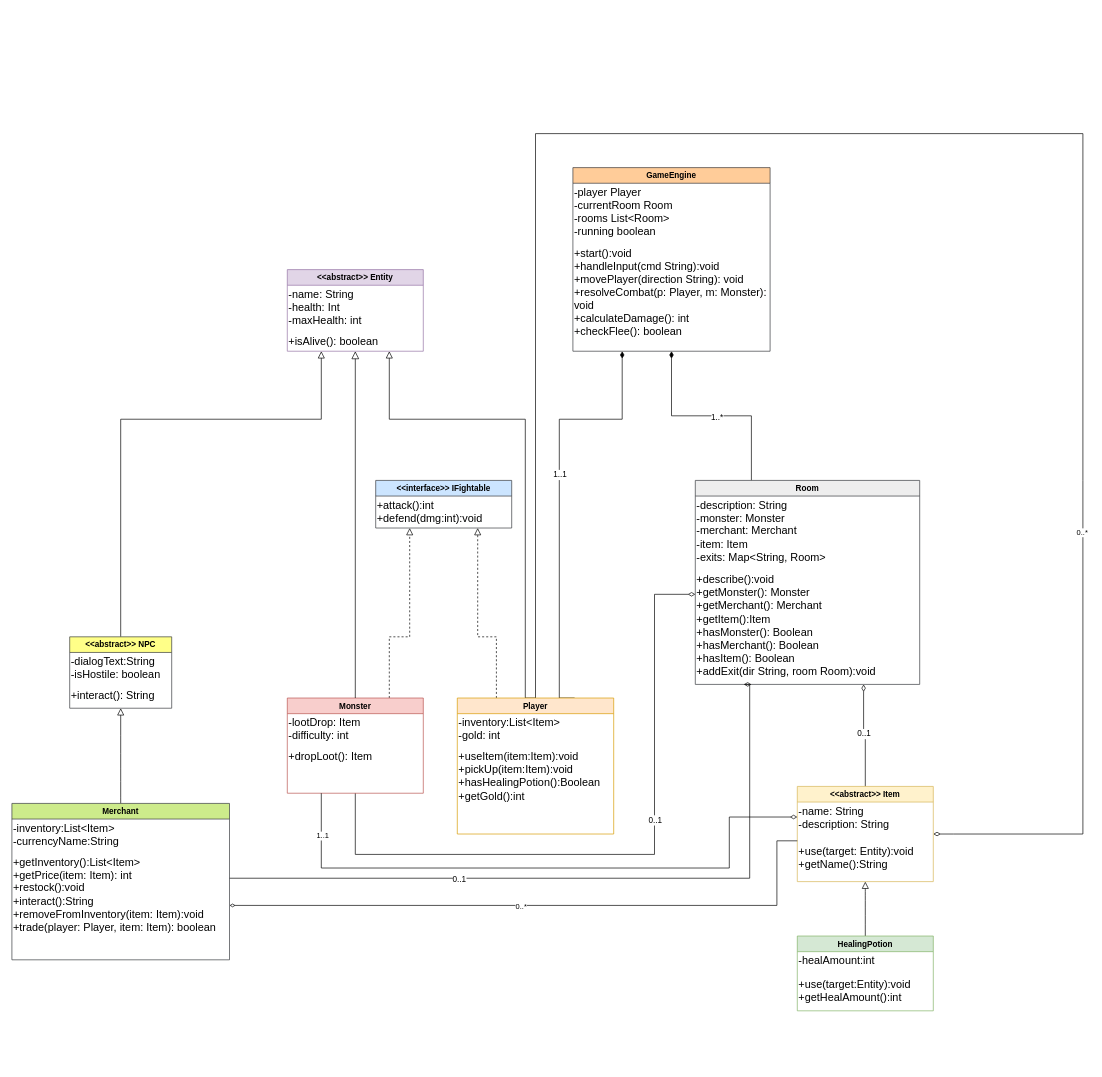
This is Diagrams/DungeonAdventure_Klassendiagramm.drawio from V1perZerofy/uml_project, a draw.io file, before an edit. Source tidied: cells renumbered, new cells numbered last; positions are measured from the earlier drawing's top-left corner, leaving out a move shared by most shapes. Both pictures are drawn from the tidied source at 68%, with x=0, y=0 at pixel (12, 133).
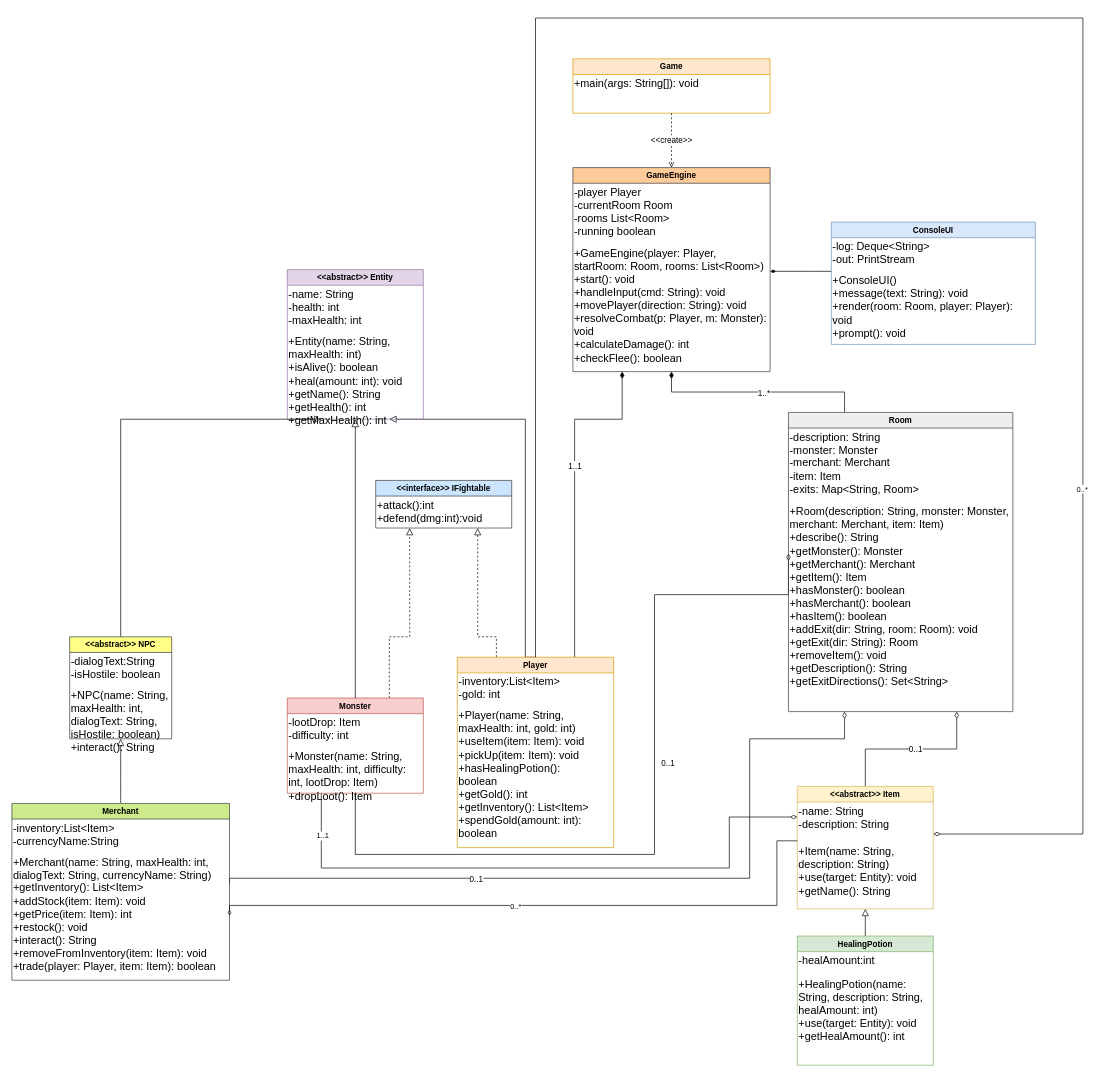
After the change.

Commit message (it also covers changes not shown here):
Update UML diagram and enhance game mechanics with new monsters and merchants

Unchanged cells that the change refers to:
```xml
<mxCell id="11" value="-name: String&lt;div&gt;-description: String&lt;/div&gt;" style="text;html=1;whiteSpace=wrap;strokeColor=none;fillColor=none;align=left;verticalAlign=top;rounded=0;fontSize=16;" parent="9" vertex="1">
  <mxGeometry y="20" width="200" height="50" as="geometry" />
</mxCell>
<mxCell id="23" value="Monster" style="swimlane;whiteSpace=wrap;html=1;fillColor=#f8cecc;strokeColor=#b85450;" parent="1" vertex="1">
  <mxGeometry x="405" y="830" width="200" height="140" as="geometry" />
</mxCell>
```

The edit, as a diff of the source:
```diff
@@
     <mxCell id="2" style="edgeStyle=orthogonalEdgeStyle;curved=0;rounded=0;jettySize=auto;html=1;exitX=0.75;exitY=1;exitDx=0;exitDy=0;entryX=0.5;entryY=0;entryDx=0;entryDy=0;fontSize=12;startSize=8;endSize=8;endArrow=none;endFill=0;startArrow=block;startFill=0;" parent="1" edge="1" source="5" target="17">
       <mxGeometry relative="1" as="geometry">
         <Array as="points">
-          <mxPoint x="555" y="420" />
           <mxPoint x="755" y="420" />
-          <mxPoint x="755" y="830" />
+          <mxPoint x="755" y="770" />
         </Array>
       </mxGeometry>
     </mxCell>
     <mxCell id="3" value="&amp;lt;&amp;lt;abstract&amp;gt;&amp;gt; Entity" style="swimlane;whiteSpace=wrap;html=1;fillColor=#e1d5e7;strokeColor=#9673a6;" parent="1" vertex="1">
-      <mxGeometry x="405" y="200" width="200" height="120" as="geometry" />
+      <mxGeometry x="405" y="200" width="200" height="220" as="geometry" />
     </mxCell>
-    <mxCell id="4" value="-name: String&lt;div&gt;-health: Int&lt;/div&gt;&lt;div&gt;-maxHealth: int&lt;/div&gt;" style="text;html=1;whiteSpace=wrap;strokeColor=none;fillColor=none;align=left;verticalAlign=top;rounded=0;fontSize=16;" parent="3" vertex="1">
+    <mxCell id="4" value="-name: String&lt;div&gt;-health: int&lt;/div&gt;&lt;div&gt;-maxHealth: int&lt;/div&gt;" style="text;html=1;whiteSpace=wrap;strokeColor=none;fillColor=none;align=left;verticalAlign=top;rounded=0;fontSize=16;" parent="3" vertex="1">
       <mxGeometry y="20" width="200" height="70" as="geometry" />
     </mxCell>
-    <mxCell id="5" value="+isAlive(): boolean" style="text;html=1;whiteSpace=wrap;strokeColor=none;fillColor=none;align=left;verticalAlign=top;rounded=0;fontSize=16;" parent="3" vertex="1">
-      <mxGeometry y="90" width="200" height="30" as="geometry" />
+    <mxCell id="5" value="+Entity(name: String, maxHealth: int)&lt;div&gt;+isAlive(): boolean&lt;/div&gt;&lt;div&gt;+heal(amount: int): void&lt;/div&gt;&lt;div&gt;+getName(): String&lt;/div&gt;&lt;div&gt;+getHealth(): int&lt;/div&gt;&lt;div&gt;+getMaxHealth(): int&lt;/div&gt;" style="text;html=1;whiteSpace=wrap;strokeColor=none;fillColor=none;align=left;verticalAlign=top;rounded=0;fontSize=16;" parent="3" vertex="1">
+      <mxGeometry y="90" width="200" height="130" as="geometry" />
     </mxCell>
@@
     <mxCell id="9" value="&amp;lt;&amp;lt;abstract&amp;gt;&amp;gt; Item" style="swimlane;whiteSpace=wrap;html=1;fillColor=#fff2cc;strokeColor=#d6b656;" parent="1" vertex="1">
-      <mxGeometry x="1155" y="960" width="200" height="140" as="geometry" />
+      <mxGeometry x="1155" y="960" width="200" height="180" as="geometry" />
     </mxCell>
-    <mxCell id="10" value="+use(target: Entity):void&lt;div&gt;+getName():String&lt;/div&gt;" style="text;html=1;whiteSpace=wrap;strokeColor=none;fillColor=none;align=left;verticalAlign=top;rounded=0;fontSize=16;" parent="9" vertex="1">
-      <mxGeometry y="80" width="200" height="50" as="geometry" />
+    <mxCell id="10" value="+Item(name: String, description: String)&lt;div&gt;+use(target: Entity): void&lt;/div&gt;&lt;div&gt;+getName(): String&lt;/div&gt;" style="text;html=1;whiteSpace=wrap;strokeColor=none;fillColor=none;align=left;verticalAlign=top;rounded=0;fontSize=16;" parent="9" vertex="1">
+      <mxGeometry y="80" width="200" height="70" as="geometry" />
     </mxCell>
@@
     <mxCell id="12" style="edgeStyle=orthogonalEdgeStyle;curved=0;rounded=0;jettySize=auto;html=1;exitX=0.75;exitY=0;exitDx=0;exitDy=0;entryX=0.25;entryY=1;entryDx=0;entryDy=0;fontSize=12;startSize=8;endSize=8;endArrow=diamondThin;endFill=1;" parent="1" edge="1" source="17" target="36">
       <mxGeometry relative="1" as="geometry">
         <Array as="points">
-          <mxPoint x="805" y="830" />
-          <mxPoint x="805" y="420" />
-          <mxPoint x="897" y="420" />
+          <mxPoint x="828" y="420" />
+          <mxPoint x="898" y="420" />
         </Array>
       </mxGeometry>
     </mxCell>
@@
-    <mxCell id="15" style="edgeStyle=none;html=1;exitX=0.5;exitY=0;exitDx=0;exitDy=0;entryX=1;entryY=1;entryDx=0;entryDy=0;rounded=0;curved=0;endArrow=diamondThin;endFill=0;endSize=8;" parent="1" edge="1" source="17" target="11">
-      <mxGeometry relative="1" as="geometry">
-        <Array as="points">
-          <mxPoint x="770" />
-          <mxPoint x="1575" />
-          <mxPoint x="1575" y="510" />
-          <mxPoint x="1575" y="1030" />
-          <mxPoint x="1385" y="1030" />
-        </Array>
-      </mxGeometry>
-    </mxCell>
-    <mxCell id="16" value="0..*" style="edgeLabel;html=1;align=center;verticalAlign=middle;" parent="15" vertex="1">
-      <mxGeometry x="0.54" y="-2" relative="1" as="geometry" />
-    </mxCell>
     <mxCell id="17" value="Player" style="swimlane;whiteSpace=wrap;html=1;fillColor=#ffe6cc;strokeColor=#d79b00;" parent="1" vertex="1">
-      <mxGeometry x="655" y="830" width="230" height="200" as="geometry" />
+      <mxGeometry x="655" y="770" width="230" height="280" as="geometry" />
     </mxCell>
@@
-    <mxCell id="19" value="&lt;div&gt;+useItem(item:Item):void&lt;/div&gt;&lt;div&gt;+pickUp(item:Item):void&lt;/div&gt;&lt;div&gt;+hasHealingPotion():Boolean&lt;/div&gt;&lt;div&gt;+getGold():int&lt;/div&gt;" style="text;html=1;whiteSpace=wrap;strokeColor=none;fillColor=none;align=left;verticalAlign=top;rounded=0;fontSize=16;" parent="17" vertex="1">
-      <mxGeometry y="70" width="200" height="90" as="geometry" />
+    <mxCell id="19" value="+Player(name: String, maxHealth: int, gold: int)&lt;div&gt;+useItem(item: Item): void&lt;/div&gt;&lt;div&gt;+pickUp(item: Item): void&lt;/div&gt;&lt;div&gt;+hasHealingPotion(): boolean&lt;/div&gt;&lt;div&gt;+getGold(): int&lt;/div&gt;&lt;div&gt;+getInventory(): List&amp;lt;Item&amp;gt;&lt;/div&gt;&lt;div&gt;+spendGold(amount: int): boolean&lt;/div&gt;" style="text;html=1;whiteSpace=wrap;strokeColor=none;fillColor=none;align=left;verticalAlign=top;rounded=0;fontSize=16;" parent="17" vertex="1">
+      <mxGeometry y="70" width="200" height="150" as="geometry" />
     </mxCell>
@@
-    <mxCell id="25" value="&lt;div&gt;+dropLoot(): Item&lt;/div&gt;" style="text;html=1;whiteSpace=wrap;strokeColor=none;fillColor=none;align=left;verticalAlign=top;rounded=0;fontSize=16;" parent="23" vertex="1">
+    <mxCell id="25" value="+Monster(name: String, maxHealth: int, difficulty: int, lootDrop: Item)&lt;div&gt;+dropLoot(): Item&lt;/div&gt;" style="text;html=1;whiteSpace=wrap;strokeColor=none;fillColor=none;align=left;verticalAlign=top;rounded=0;fontSize=16;" parent="23" vertex="1">
       <mxGeometry y="70" width="200" height="70" as="geometry" />
     </mxCell>
@@
     <mxCell id="28" value="HealingPotion" style="swimlane;whiteSpace=wrap;html=1;fillColor=#d5e8d4;strokeColor=#82b366;" parent="1" vertex="1">
-      <mxGeometry x="1155" y="1180" width="200" height="110" as="geometry" />
+      <mxGeometry x="1155" y="1180" width="200" height="190" as="geometry" />
     </mxCell>
-    <mxCell id="29" value="+use(target:Entity):void&lt;div&gt;+getHealAmount():int&lt;/div&gt;" style="text;html=1;whiteSpace=wrap;strokeColor=none;fillColor=none;align=left;verticalAlign=top;rounded=0;fontSize=16;" parent="28" vertex="1">
-      <mxGeometry y="55" width="200" height="55" as="geometry" />
+    <mxCell id="29" value="+HealingPotion(name: String, description: String, healAmount: int)&lt;div&gt;+use(target: Entity): void&lt;/div&gt;&lt;div&gt;+getHealAmount(): int&lt;/div&gt;" style="text;html=1;whiteSpace=wrap;strokeColor=none;fillColor=none;align=left;verticalAlign=top;rounded=0;fontSize=16;" parent="28" vertex="1">
+      <mxGeometry y="55" width="200" height="90" as="geometry" />
     </mxCell>
@@
     <mxCell id="33" value="Room" style="swimlane;whiteSpace=wrap;html=1;fillColor=#eeeeee;strokeColor=#36393d;" parent="1" vertex="1">
-      <mxGeometry x="1005" y="510" width="330" height="300" as="geometry" />
+      <mxGeometry x="1142" y="410" width="330" height="440" as="geometry" />
     </mxCell>
@@
-    <mxCell id="35" value="+describe():void&lt;div&gt;+getMonster(): Monster&lt;/div&gt;&lt;div&gt;+getMerchant(): Merchant&lt;/div&gt;&lt;div&gt;+getItem():Item&lt;/div&gt;&lt;div&gt;+hasMonster(): Boolean&lt;/div&gt;&lt;div&gt;+hasMerchant(): Boolean&lt;/div&gt;&lt;div&gt;+hasItem(): Boolean&lt;/div&gt;&lt;div&gt;+addExit(dir String, room Room):void&lt;/div&gt;" style="text;html=1;whiteSpace=wrap;strokeColor=none;fillColor=none;align=left;verticalAlign=top;rounded=0;fontSize=16;" parent="33" vertex="1">
-      <mxGeometry y="130" width="330" height="150" as="geometry" />
+    <mxCell id="35" value="+Room(description: String, monster: Monster, merchant: Merchant, item: Item)&lt;div&gt;+describe(): String&lt;/div&gt;&lt;div&gt;+getMonster(): Monster&lt;/div&gt;&lt;div&gt;+getMerchant(): Merchant&lt;/div&gt;&lt;div&gt;+getItem(): Item&lt;/div&gt;&lt;div&gt;+hasMonster(): boolean&lt;/div&gt;&lt;div&gt;+hasMerchant(): boolean&lt;/div&gt;&lt;div&gt;+hasItem(): boolean&lt;/div&gt;&lt;div&gt;+addExit(dir: String, room: Room): void&lt;/div&gt;&lt;div&gt;+getExit(dir: String): Room&lt;/div&gt;&lt;div&gt;+removeItem(): void&lt;/div&gt;&lt;div&gt;+getDescription(): String&lt;/div&gt;&lt;div&gt;+getExitDirections(): Set&amp;lt;String&amp;gt;&lt;/div&gt;" style="text;html=1;whiteSpace=wrap;strokeColor=none;fillColor=none;align=left;verticalAlign=top;rounded=0;fontSize=16;" parent="33" vertex="1">
+      <mxGeometry y="130" width="330" height="310" as="geometry" />
     </mxCell>
     <mxCell id="36" value="GameEngine" style="swimlane;whiteSpace=wrap;html=1;fillColor=#ffcc99;strokeColor=#36393d;" parent="1" vertex="1">
-      <mxGeometry x="825" y="50" width="290" height="270" as="geometry" />
+      <mxGeometry x="825" y="50" width="290" height="300" as="geometry" />
     </mxCell>
-    <mxCell id="37" value="&lt;div&gt;+start():void&lt;/div&gt;&lt;div&gt;+handleInput(cmd String):void&lt;/div&gt;&lt;div&gt;+movePlayer(direction String): void&lt;/div&gt;&lt;div&gt;+resolveCombat(p: Player, m: Monster): void&lt;/div&gt;&lt;div&gt;+calculateDamage(): int&lt;/div&gt;&lt;div&gt;+checkFlee(): boolean&lt;/div&gt;" style="text;html=1;whiteSpace=wrap;strokeColor=none;fillColor=none;align=left;verticalAlign=top;rounded=0;fontSize=16;" parent="36" vertex="1">
-      <mxGeometry y="110" width="290" height="90" as="geometry" />
+    <mxCell id="37" value="+GameEngine(player: Player, startRoom: Room, rooms: List&amp;lt;Room&amp;gt;)&lt;div&gt;+start(): void&lt;/div&gt;&lt;div&gt;+handleInput(cmd: String): void&lt;/div&gt;&lt;div&gt;+movePlayer(direction: String): void&lt;/div&gt;&lt;div&gt;+resolveCombat(p: Player, m: Monster): void&lt;/div&gt;&lt;div&gt;+calculateDamage(): int&lt;/div&gt;&lt;div&gt;+checkFlee(): boolean&lt;/div&gt;" style="text;html=1;whiteSpace=wrap;strokeColor=none;fillColor=none;align=left;verticalAlign=top;rounded=0;fontSize=16;" parent="36" vertex="1">
+      <mxGeometry y="110" width="290" height="170" as="geometry" />
     </mxCell>
@@
     <mxCell id="40" value="&amp;lt;&amp;lt;abstract&amp;gt;&amp;gt; NPC" style="swimlane;whiteSpace=wrap;html=1;fillColor=#ffff88;strokeColor=#36393d;" parent="1" vertex="1">
-      <mxGeometry x="85" y="740" width="150" height="105" as="geometry" />
+      <mxGeometry x="85" y="740" width="150" height="150" as="geometry" />
     </mxCell>
@@
-    <mxCell id="42" value="+interact(): String" style="text;html=1;whiteSpace=wrap;strokeColor=none;fillColor=none;align=left;verticalAlign=top;rounded=0;fontSize=16;" parent="40" vertex="1">
-      <mxGeometry y="70" width="150" height="30" as="geometry" />
+    <mxCell id="42" value="+NPC(name: String, maxHealth: int, dialogText: String, isHostile: boolean)&lt;div&gt;+interact(): String&lt;/div&gt;" style="text;html=1;whiteSpace=wrap;strokeColor=none;fillColor=none;align=left;verticalAlign=top;rounded=0;fontSize=16;" parent="40" vertex="1">
+      <mxGeometry y="70" width="150" height="80" as="geometry" />
     </mxCell>
@@
     <mxCell id="44" style="edgeStyle=orthogonalEdgeStyle;curved=0;rounded=0;jettySize=auto;html=1;exitX=1;exitY=0.25;exitDx=0;exitDy=0;entryX=0.25;entryY=1;entryDx=0;entryDy=0;fontSize=12;startSize=8;endSize=8;endArrow=diamondThin;endFill=0;" parent="1" edge="1" source="48" target="33">
       <mxGeometry relative="1" as="geometry">
         <Array as="points">
+          <mxPoint x="320" y="1095" />
           <mxPoint x="1085" y="1095" />
-          <mxPoint x="1085" y="810" />
+          <mxPoint x="1085" y="890" />
+          <mxPoint x="1224" y="890" />
         </Array>
       </mxGeometry>
     </mxCell>
@@
     <mxCell id="46" value="Merchant" style="swimlane;whiteSpace=wrap;html=1;fillColor=#cdeb8b;strokeColor=#36393d;" parent="1" vertex="1">
-      <mxGeometry y="985" width="320" height="230" as="geometry" />
+      <mxGeometry y="985" width="320" height="260" as="geometry" />
     </mxCell>
@@
-    <mxCell id="48" value="&lt;div&gt;+getInventory():List&amp;lt;Item&amp;gt;&lt;/div&gt;&lt;div&gt;+getPrice(item: Item): int&lt;/div&gt;&lt;div&gt;+restock():void&lt;/div&gt;&lt;div&gt;+interact():String&lt;/div&gt;&lt;div&gt;+removeFromInventory(item: Item):void&lt;/div&gt;&lt;div&gt;+trade(player: Player, item: Item): boolean&lt;/div&gt;" style="text;html=1;whiteSpace=wrap;strokeColor=none;fillColor=none;align=left;verticalAlign=top;rounded=0;fontSize=16;" parent="46" vertex="1">
-      <mxGeometry y="70" width="320" height="160" as="geometry" />
+    <mxCell id="48" value="+Merchant(name: String, maxHealth: int, dialogText: String, currencyName: String)&lt;div&gt;+getInventory(): List&amp;lt;Item&amp;gt;&lt;/div&gt;&lt;div&gt;+addStock(item: Item): void&lt;/div&gt;&lt;div&gt;+getPrice(item: Item): int&lt;/div&gt;&lt;div&gt;+restock(): void&lt;/div&gt;&lt;div&gt;+interact(): String&lt;/div&gt;&lt;div&gt;+removeFromInventory(item: Item): void&lt;/div&gt;&lt;div&gt;+trade(player: Player, item: Item): boolean&lt;/div&gt;" style="text;html=1;whiteSpace=wrap;strokeColor=none;fillColor=none;align=left;verticalAlign=top;rounded=0;fontSize=16;" parent="46" vertex="1">
+      <mxGeometry y="70" width="320" height="190" as="geometry" />
     </mxCell>
@@
+    <mxCell id="54" value="Game" style="swimlane;whiteSpace=wrap;html=1;fillColor=#ffe6cc;strokeColor=#d79b00;" parent="1" vertex="1">
+      <mxGeometry x="825" y="-110" width="290" height="80" as="geometry" />
+    </mxCell>
+    <mxCell id="55" value="+main(args: String[]): void" style="text;html=1;whiteSpace=wrap;strokeColor=none;fillColor=none;align=left;verticalAlign=top;rounded=0;fontSize=16;" parent="54" vertex="1">
+      <mxGeometry y="20" width="290" height="60" as="geometry" />
+    </mxCell>
+    <mxCell id="56" value="&amp;lt;&amp;lt;create&amp;gt;&amp;gt;" style="edgeStyle=orthogonalEdgeStyle;rounded=0;html=1;endArrow=open;endFill=0;dashed=1;exitX=0.5;exitY=1;exitDx=0;exitDy=0;entryX=0.5;entryY=0;entryDx=0;entryDy=0;fontSize=12;" parent="1" edge="1" source="54" target="36">
+      <mxGeometry relative="1" as="geometry" />
+    </mxCell>
+    <mxCell id="57" style="edgeStyle=orthogonalEdgeStyle;rounded=0;html=1;startArrow=diamondThin;startFill=1;endArrow=none;exitX=1;exitY=0.25;exitDx=0;exitDy=0;fontSize=12;" parent="1" edge="1" source="37" target="58">
+      <mxGeometry relative="1" as="geometry">
+        <Array as="points">
+          <mxPoint x="1175" y="203" />
+          <mxPoint x="1175" y="203" />
+        </Array>
+      </mxGeometry>
+    </mxCell>
+    <mxCell id="58" value="ConsoleUI" style="swimlane;whiteSpace=wrap;html=1;fillColor=#dae8fc;strokeColor=#6c8ebf;" parent="1" vertex="1">
+      <mxGeometry x="1205" y="130" width="300" height="180" as="geometry" />
+    </mxCell>
+    <mxCell id="59" value="-log: Deque&amp;lt;String&amp;gt;&lt;div&gt;-out: PrintStream&lt;/div&gt;" style="text;html=1;whiteSpace=wrap;strokeColor=none;fillColor=none;align=left;verticalAlign=top;rounded=0;fontSize=16;" parent="58" vertex="1">
+      <mxGeometry y="20" width="300" height="50" as="geometry" />
+    </mxCell>
+    <mxCell id="60" value="+ConsoleUI()&lt;div&gt;+message(text: String): void&lt;/div&gt;&lt;div&gt;+render(room: Room, player: Player): void&lt;/div&gt;&lt;div&gt;+prompt(): void&lt;/div&gt;" style="text;html=1;whiteSpace=wrap;strokeColor=none;fillColor=none;align=left;verticalAlign=top;rounded=0;fontSize=16;" parent="58" vertex="1">
+      <mxGeometry y="70" width="300" height="90" as="geometry" />
+    </mxCell>
+    <mxCell id="15" style="edgeStyle=none;html=1;exitX=0.5;exitY=0;exitDx=0;exitDy=0;entryX=1;entryY=1;entryDx=0;entryDy=0;rounded=0;curved=0;endArrow=diamondThin;endFill=0;endSize=8;" parent="1" edge="1" source="17" target="11">
+      <mxGeometry relative="1" as="geometry">
+        <Array as="points">
+          <mxPoint x="770" y="-170" />
+          <mxPoint x="1435" y="-170" />
+          <mxPoint x="1475" y="-170" />
+          <mxPoint x="1575" y="-170" />
+          <mxPoint x="1575" y="510" />
+          <mxPoint x="1575" y="1030" />
+          <mxPoint x="1385" y="1030" />
+        </Array>
+      </mxGeometry>
+    </mxCell>
+    <mxCell id="16" value="0..*" style="edgeLabel;html=1;align=center;verticalAlign=middle;" parent="15" vertex="1">
+      <mxGeometry x="0.54" y="-2" relative="1" as="geometry" />
+    </mxCell>
```
